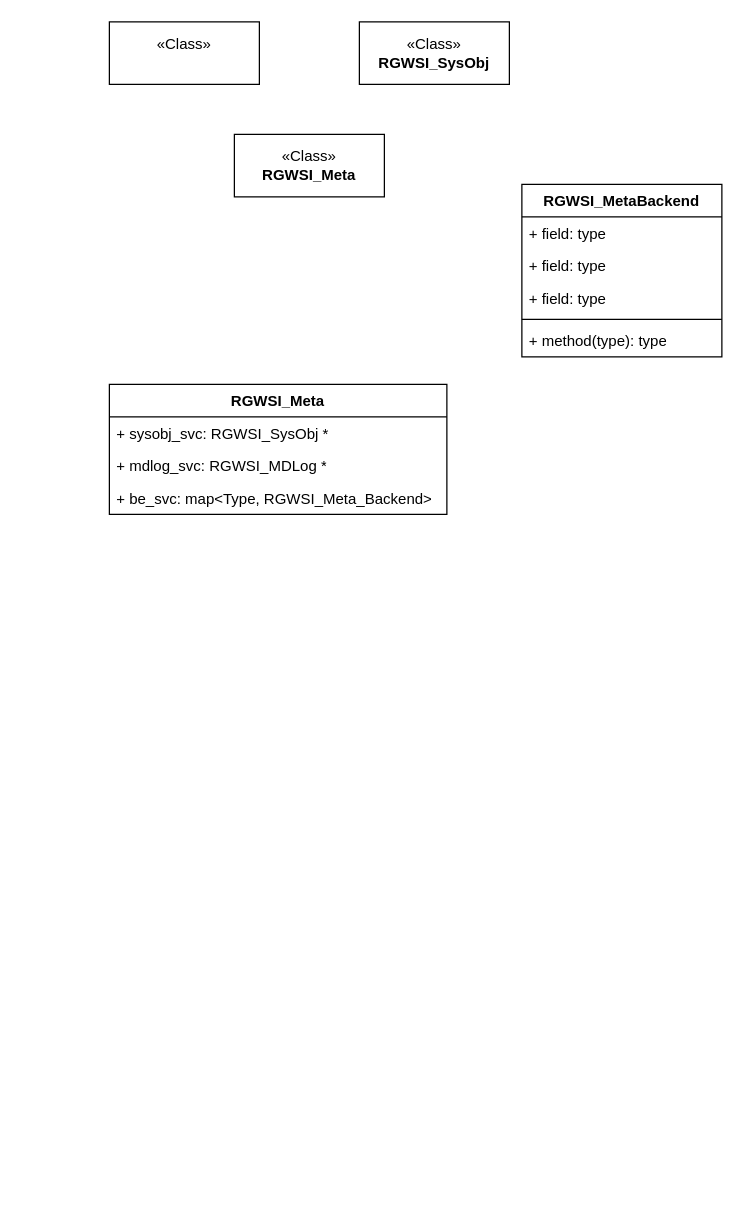
Earlier version of the draw.io diagram page "rgw -- service" (5 of 7) of leveldb.drawio (liutimo/images_bed). Source tidied: cells renumbered, new cells numbered last; positions are measured from the earlier drawing's top-left corner, leaving out a move shared by most shapes. Both pictures are drawn from the tidied source at 125%, with x=0, y=0 at pixel (109, 21).
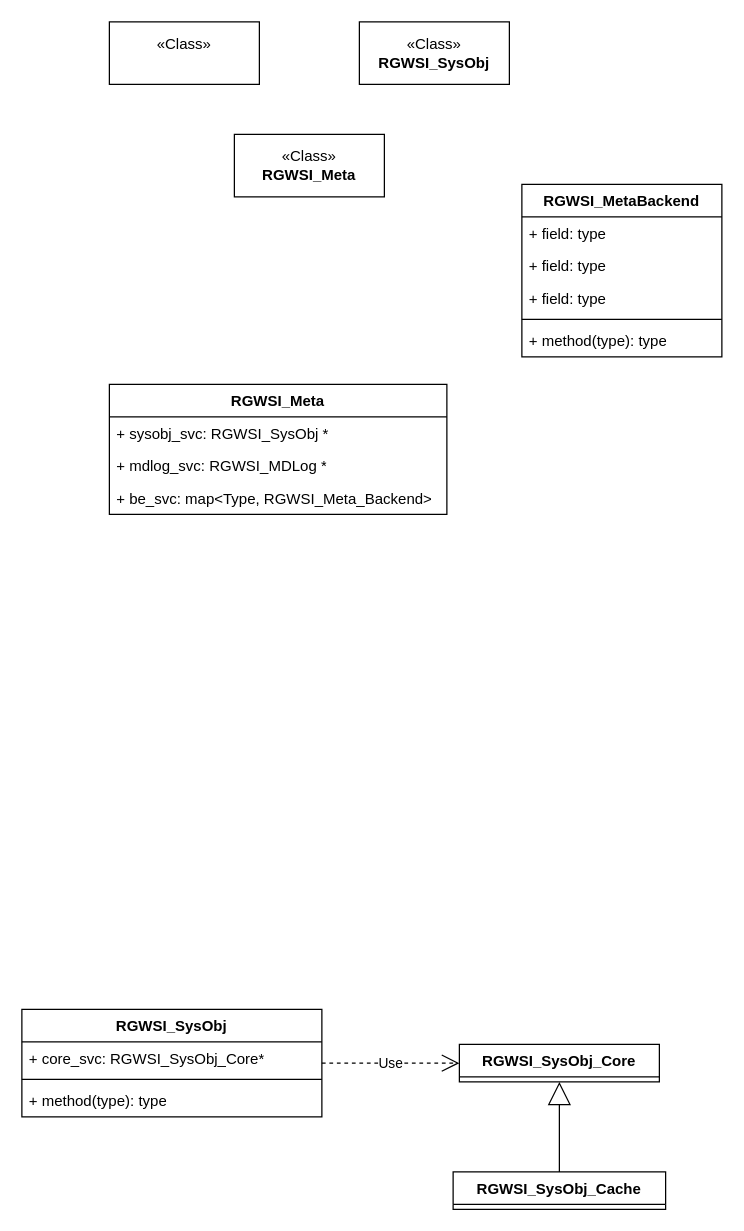
The same page after the edit.

Change to the diagram source:
```diff
@@
+    <mxCell id="15" value="RGWSI_SysObj" style="swimlane;fontStyle=1;align=center;verticalAlign=top;horizontal=1;startSize=26;whiteSpace=wrap;html=1;" parent="1" vertex="1">
+      <mxGeometry x="-70" y="790" width="240" height="86" as="geometry" />
+    </mxCell>
+    <mxCell id="16" value="+ core_svc: RGWSI_SysObj_Core*" style="text;strokeColor=none;fillColor=none;align=left;verticalAlign=top;spacingLeft=4;spacingRight=4;overflow=hidden;whiteSpace=wrap;html=1;" parent="15" vertex="1">
+      <mxGeometry y="26" width="240" height="26" as="geometry" />
+    </mxCell>
+    <mxCell id="17" style="line;strokeWidth=1;fillColor=none;align=left;verticalAlign=middle;spacingTop=-1;spacingLeft=3;spacingRight=3;labelPosition=right;strokeColor=inherit;" parent="15" vertex="1">
+      <mxGeometry y="52" width="240" height="8" as="geometry" />
+    </mxCell>
+    <mxCell id="18" value="+ method(type): type" style="text;strokeColor=none;fillColor=none;align=left;verticalAlign=top;spacingLeft=4;spacingRight=4;overflow=hidden;whiteSpace=wrap;html=1;" parent="15" vertex="1">
+      <mxGeometry y="60" width="240" height="26" as="geometry" />
+    </mxCell>
+    <mxCell id="19" value="RGWSI_SysObj_Core" style="swimlane;fontStyle=1;align=center;verticalAlign=top;horizontal=1;startSize=26;whiteSpace=wrap;html=1;" parent="1" vertex="1" collapsed="1">
+      <mxGeometry x="280" y="818" width="160" height="30" as="geometry" />
+    </mxCell>
+    <mxCell id="20" value="RGWSI_SysObj_Cache" style="swimlane;fontStyle=1;align=center;verticalAlign=top;horizontal=1;startSize=26;whiteSpace=wrap;html=1;" parent="1" vertex="1" collapsed="1">
+      <mxGeometry x="275" y="920" width="170" height="30" as="geometry" />
+    </mxCell>
+    <mxCell id="21" style="endArrow=block;endSize=16;endFill=0;html=1;rounded=0;" parent="1" edge="1" source="20" target="19">
+      <mxGeometry relative="1" as="geometry" />
+    </mxCell>
+    <mxCell id="22" value="Use" style="endArrow=open;endSize=12;dashed=1;html=1;rounded=0;" parent="1" edge="1" source="15" target="19">
+      <mxGeometry relative="1" as="geometry" />
+    </mxCell>
```
